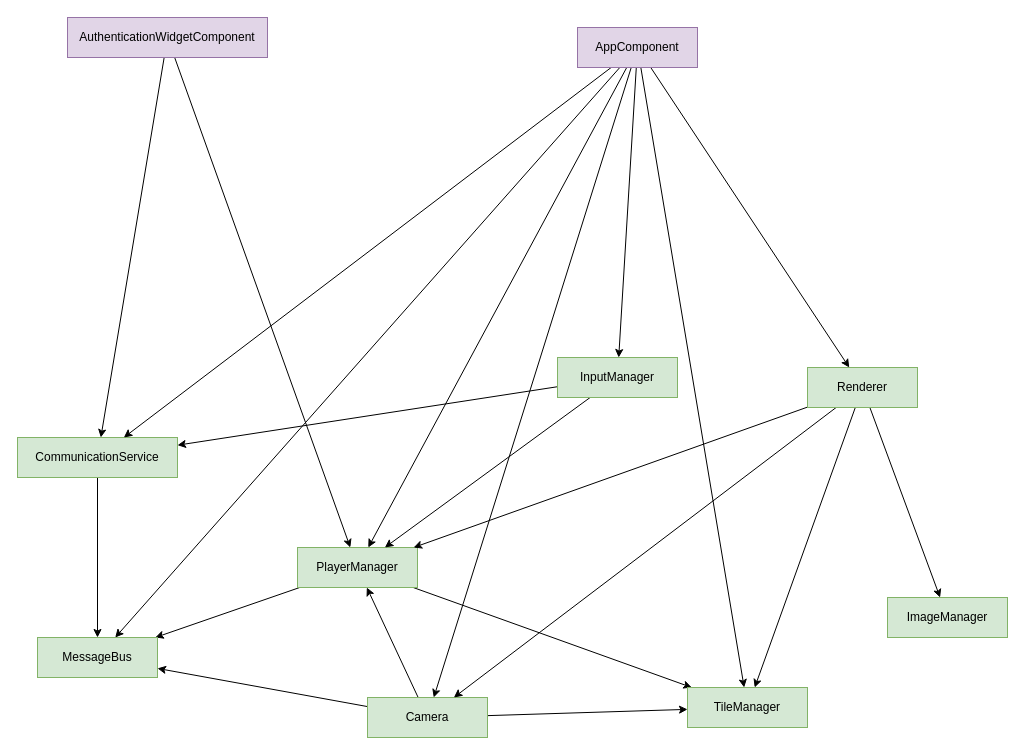
Before: dependencies.drawio in yohosuff/dungeon, a draw.io diagram. Source tidied: cells renumbered, new cells numbered last; positions are measured from the earlier drawing's top-left corner, leaving out a move shared by most shapes. Both pictures are drawn from the tidied source at 100%, with x=0, y=0 at pixel (17, 17).
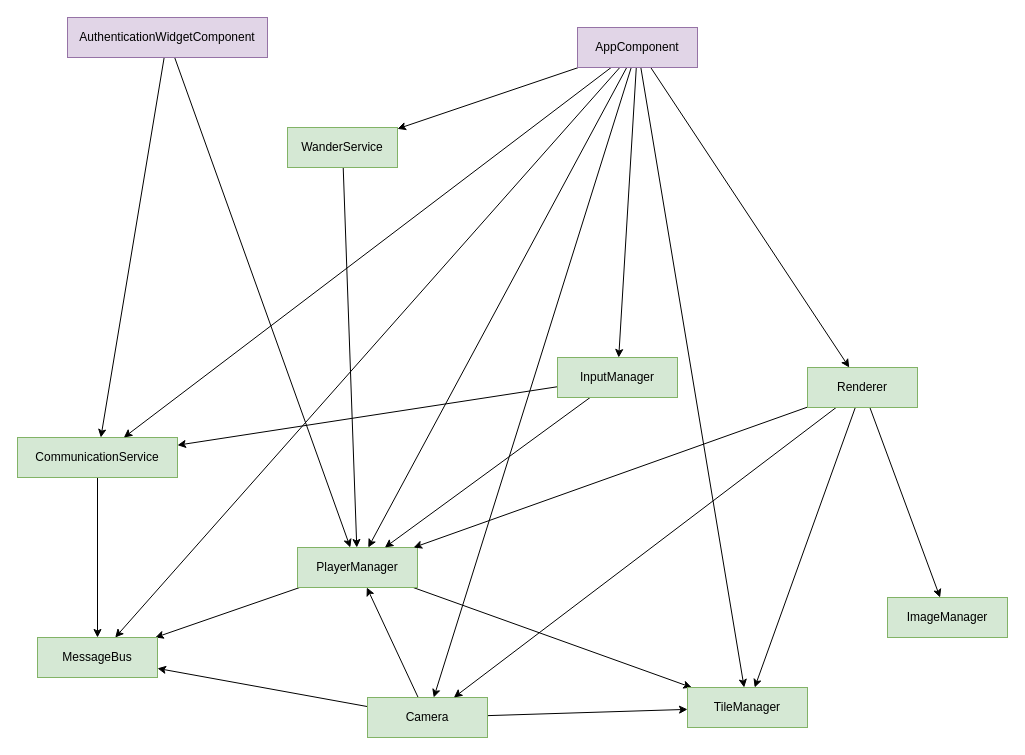
The same page after the edit.

The change refers to these unchanged cells:
```xml
<mxCell id="9" value="PlayerManager" style="rounded=0;whiteSpace=wrap;html=1;fillColor=#d5e8d4;strokeColor=#82b366;" parent="1" vertex="1">
  <mxGeometry x="280" y="530" width="120" height="40" as="geometry" />
</mxCell>
<mxCell id="19" value="AppComponent" style="rounded=0;whiteSpace=wrap;html=1;fillColor=#e1d5e7;strokeColor=#9673a6;" parent="1" vertex="1">
  <mxGeometry x="560" y="10" width="120" height="40" as="geometry" />
</mxCell>
```

What changed in the source:
```diff
@@
+    <mxCell id="33" style="rounded=0;jettySize=auto;html=1;" parent="1" edge="1" source="19" target="35">
+      <mxGeometry relative="1" as="geometry" />
+    </mxCell>
@@
+    <mxCell id="34" style="edgeStyle=none;rounded=0;jettySize=auto;html=1;" parent="1" edge="1" source="35" target="9">
+      <mxGeometry relative="1" as="geometry" />
+    </mxCell>
+    <mxCell id="35" value="WanderService" style="rounded=0;whiteSpace=wrap;html=1;fillColor=#d5e8d4;strokeColor=#82b366;" parent="1" vertex="1">
+      <mxGeometry x="270" y="110" width="110" height="40" as="geometry" />
+    </mxCell>
```
